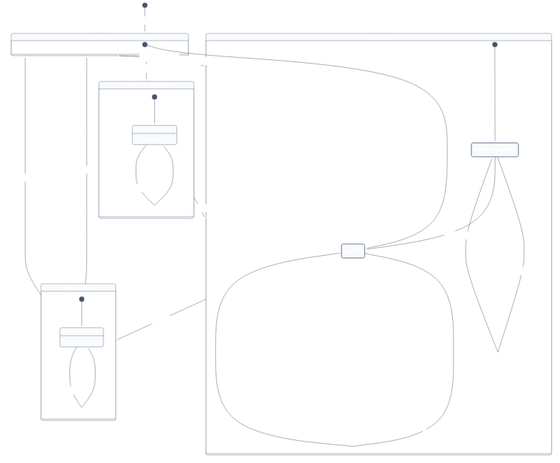
Above: docs/diagrams/STATE_EMERGENCY.png in guglxni/the-fixer-hook (Mermaid), before the change. Its source is kept beside it as docs/diagrams/STATE_EMERGENCY.mmd. The source it was exported from:
```mermaid
%%{init: {'theme': 'base', 'themeVariables': {
  'primaryColor': '#1e3a8a',
  'primaryTextColor': '#ffffff',
  'primaryBorderColor': '#1e40af',
  'lineColor': '#475569',
  'secondaryColor': '#e2e8f0',
  'tertiaryColor': '#cbd5e1',
  'background': '#ffffff',
  'mainBkg': '#f8fafc',
  'nodeBorder': '#64748b',
  'clusterBkg': '#f1f5f9',
  'clusterBorder': '#94a3b8',
  'titleColor': '#0f172a',
  'edgeLabelBackground': '#ffffff',
  'fontFamily': 'Inter, system-ui, sans-serif'
}}}%%
stateDiagram-v2
    [*] --> NORMAL: Initialization
    NORMAL --> PAUSED: pauseReferrals()
    NORMAL --> PAUSED: pauseAgents()
    NORMAL --> PAUSED: pauseRewards()
    NORMAL --> PAUSED: pauseAll()
    NORMAL --> CIRCUIT_BREAKER: minted > threshold
    CIRCUIT_BREAKER --> PAUSED: Auto-trigger
    PAUSED --> NORMAL: resume() < 7 days
    PAUSED --> DAO_LOCK: 7 days elapsed
    DAO_LOCK --> NORMAL: DAO governance resume()
    DAO_LOCK --> NORMAL: executeUpgrade()

    state NORMAL {
        [*] --> ACTIVE
        ACTIVE --> ACTIVE: All operations permitted
    }

    state PAUSED {
        [*] --> REFERRALS_OFF
        REFERRALS_OFF: Referrals paused
        REFERRALS_OFF --> REFERRALS_OFF: continue paused
        REFERRALS_OFF --> ACTIVE: resumeReferrals()
    }

    state DAO_LOCK {
        [*] --> SECURE_LOCKED
        SECURE_LOCKED: Security council
        SECURE_LOCKED: CANNOT resume
        SECURE_LOCKED --> SECURE_LOCKED: Only DAO can
    }

    state CIRCUIT_BREAKER {
        [*] --> TRIGGERED
        TRIGGERED: Hourly threshold
        TRIGGERED: exceeded
        TRIGGERED --> TRIGGERED: Manual resume required
    }

    style NORMAL fill:#dcfce7,stroke:#22c55e
    style PAUSED fill:#fef3c7,stroke:#f59e0b
    style DAO_LOCK fill:#fee2e2,stroke:#ef4444
    style CIRCUIT_BREAKER fill:#fee2e2,stroke:#ef4444
```
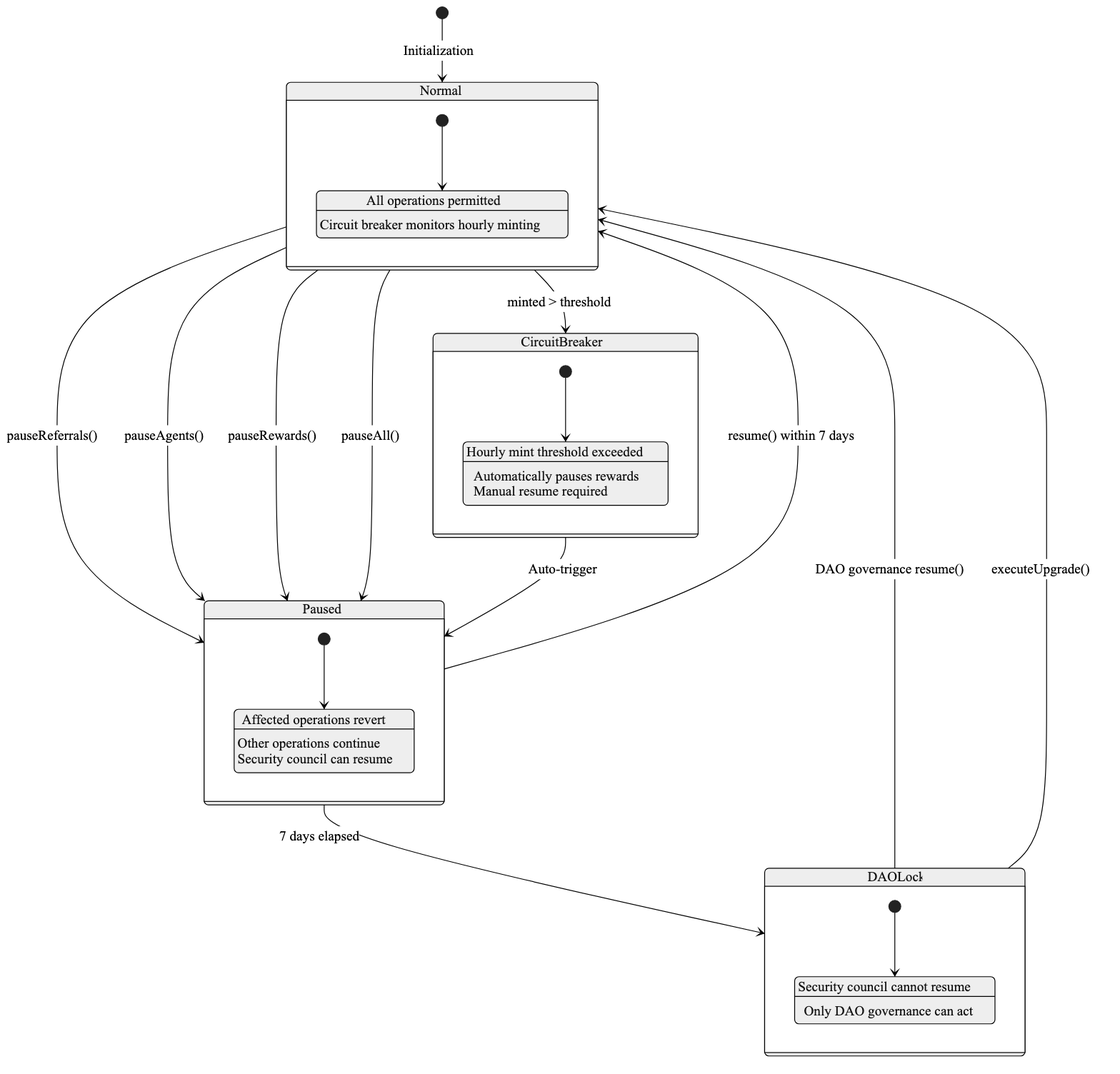
The same diagram one commit later.

What changed in the source:
```diff
@@ -1,59 +1,43 @@
-%%{init: {'theme': 'base', 'themeVariables': {
-  'primaryColor': '#1e3a8a',
-  'primaryTextColor': '#ffffff',
-  'primaryBorderColor': '#1e40af',
-  'lineColor': '#475569',
-  'secondaryColor': '#e2e8f0',
-  'tertiaryColor': '#cbd5e1',
-  'background': '#ffffff',
-  'mainBkg': '#f8fafc',
-  'nodeBorder': '#64748b',
-  'clusterBkg': '#f1f5f9',
-  'clusterBorder': '#94a3b8',
-  'titleColor': '#0f172a',
-  'edgeLabelBackground': '#ffffff',
-  'fontFamily': 'Inter, system-ui, sans-serif'
-}}}%%
+%%{init: {'theme': 'neutral', 'themeVariables': {'fontFamily': 'Inter, system-ui, sans-serif', 'labelColor': '#1e293b', 'altBackground': '#f1f5f9'}}}%%
 stateDiagram-v2
-    [*] --> NORMAL: Initialization
-    NORMAL --> PAUSED: pauseReferrals()
-    NORMAL --> PAUSED: pauseAgents()
-    NORMAL --> PAUSED: pauseRewards()
-    NORMAL --> PAUSED: pauseAll()
-    NORMAL --> CIRCUIT_BREAKER: minted > threshold
-    CIRCUIT_BREAKER --> PAUSED: Auto-trigger
-    PAUSED --> NORMAL: resume() < 7 days
-    PAUSED --> DAO_LOCK: 7 days elapsed
-    DAO_LOCK --> NORMAL: DAO governance resume()
-    DAO_LOCK --> NORMAL: executeUpgrade()
+    [*] --> Normal : Initialization
 
-    state NORMAL {
-        [*] --> ACTIVE
-        ACTIVE --> ACTIVE: All operations permitted
+    Normal --> Paused : pauseReferrals()
+    Normal --> Paused : pauseAgents()
+    Normal --> Paused : pauseRewards()
+    Normal --> Paused : pauseAll()
+    Normal --> CircuitBreaker : minted > threshold
+
+    CircuitBreaker --> Paused : Auto-trigger
+
+    Paused --> Normal : resume() within 7 days
+    Paused --> DAOLock : 7 days elapsed
+
+    DAOLock --> Normal : DAO governance resume()
+    DAOLock --> Normal : executeUpgrade()
+
+    state Normal {
+        [*] --> Active
+        Active : All operations permitted
+        Active : Circuit breaker monitors hourly minting
     }
 
-    state PAUSED {
-        [*] --> REFERRALS_OFF
-        REFERRALS_OFF: Referrals paused
-        REFERRALS_OFF --> REFERRALS_OFF: continue paused
-        REFERRALS_OFF --> ACTIVE: resumeReferrals()
+    state Paused {
+        [*] --> Restricted
+        Restricted : Affected operations revert
+        Restricted : Other operations continue
+        Restricted : Security council can resume
     }
 
-    state DAO_LOCK {
-        [*] --> SECURE_LOCKED
-        SECURE_LOCKED: Security council
-        SECURE_LOCKED: CANNOT resume
-        SECURE_LOCKED --> SECURE_LOCKED: Only DAO can
+    state DAOLock {
+        [*] --> Locked
+        Locked : Security council cannot resume
+        Locked : Only DAO governance can act
     }
 
-    state CIRCUIT_BREAKER {
-        [*] --> TRIGGERED
-        TRIGGERED: Hourly threshold
-        TRIGGERED: exceeded
-        TRIGGERED --> TRIGGERED: Manual resume required
+    state CircuitBreaker {
+        [*] --> Triggered
+        Triggered : Hourly mint threshold exceeded
+        Triggered : Automatically pauses rewards
+        Triggered : Manual resume required
     }
-
-    style NORMAL fill:#dcfce7,stroke:#22c55e
-    style PAUSED fill:#fef3c7,stroke:#f59e0b
-    style DAO_LOCK fill:#fee2e2,stroke:#ef4444
-    style CIRCUIT_BREAKER fill:#fee2e2,stroke:#ef4444
```
